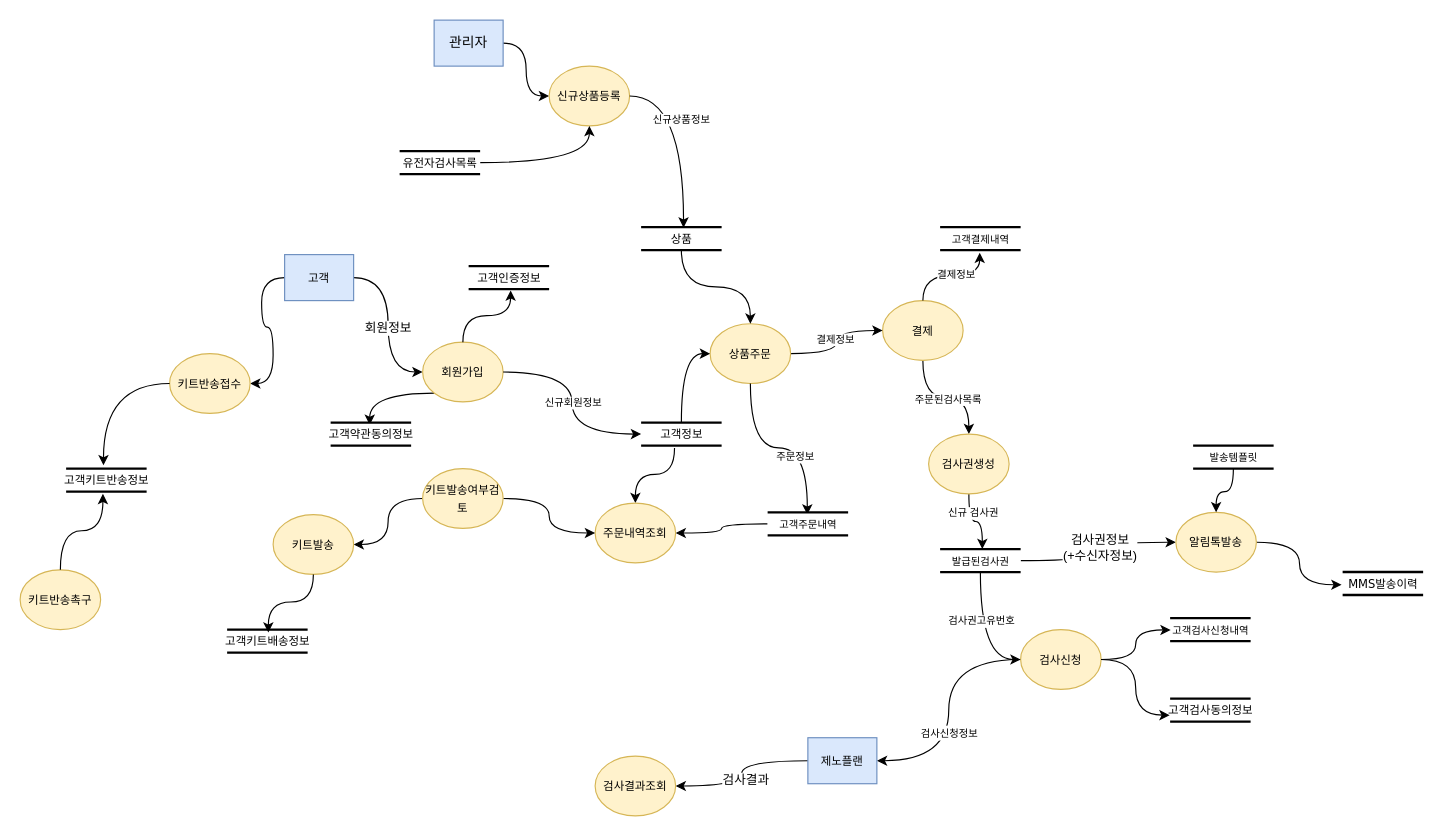
Earlier version of the draw.io diagram DFD_제노플랜.drawio (k3srpn/Architecture). Source tidied: cells renumbered, new cells numbered last; positions are measured from the earlier drawing's top-left corner, leaving out a move shared by most shapes. Both pictures are drawn from the tidied source at 115%, with x=0, y=0 at pixel (20, 20).
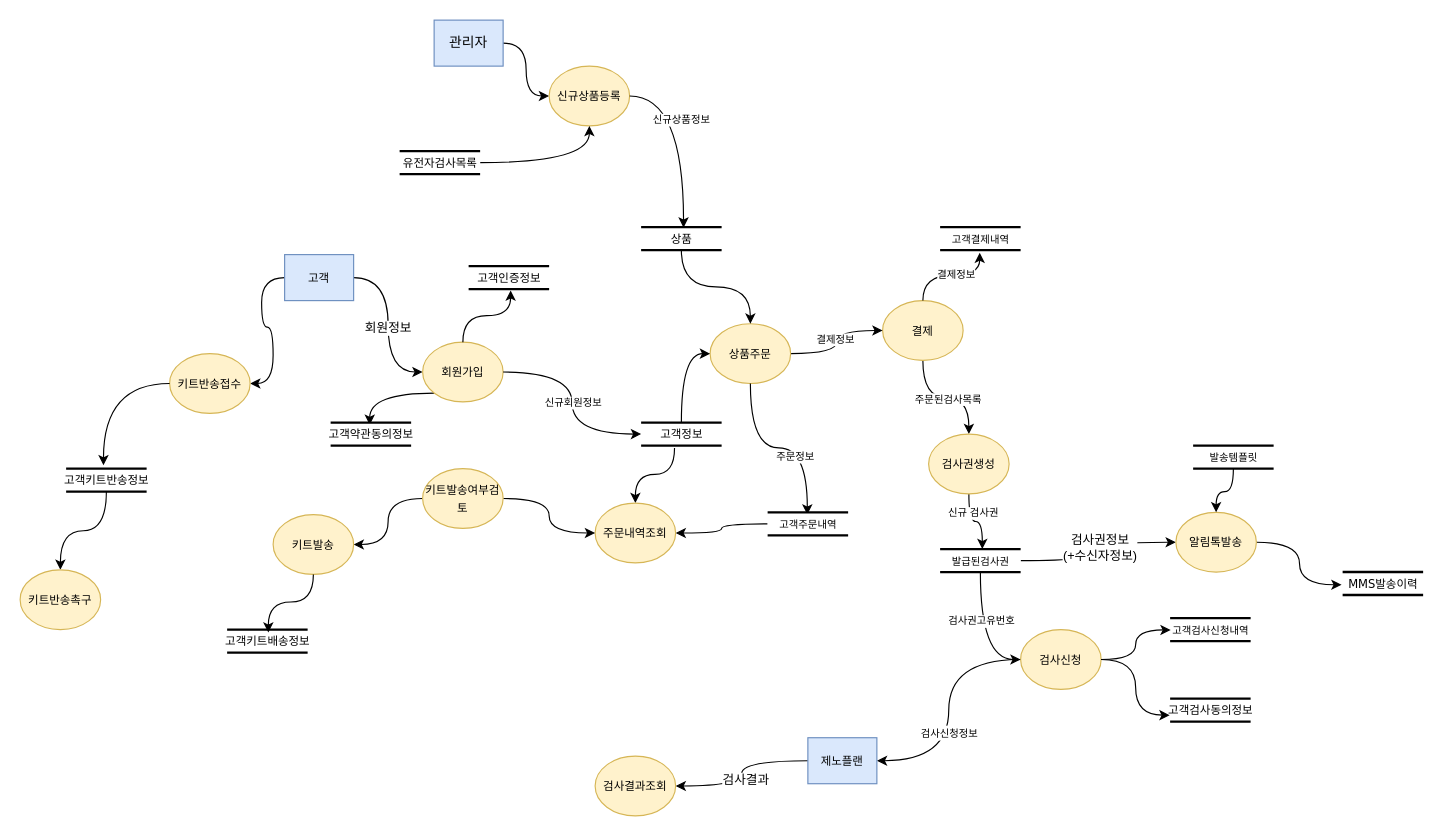
After the change.

Commit message:
키트반송촉구 화살표 방향 수정

The change refers to these unchanged cells:
```xml
<mxCell id="69" value="&lt;font size=&quot;1&quot;&gt;고객키트반송정보&lt;/font&gt;" style="html=1;rounded=0;shadow=0;comic=0;labelBackgroundColor=none;strokeWidth=2;fontFamily=Verdana;fontSize=12;align=center;shape=mxgraph.ios7ui.horLines;" parent="1" vertex="1">
  <mxGeometry x="40" y="390" width="70" height="20" as="geometry" />
</mxCell>
<mxCell id="72" value="&lt;span style=&quot;font-size: 10px;&quot;&gt;키트반송촉구&lt;/span&gt;" style="ellipse;whiteSpace=wrap;html=1;rounded=1;shadow=0;comic=0;labelBackgroundColor=none;strokeWidth=1;fontFamily=Verdana;fontSize=12;align=center;fillColor=#fff2cc;strokeColor=#d6b656;" parent="1" vertex="1">
  <mxGeometry y="478" width="70" height="52" as="geometry" />
</mxCell>
```

The edit, as a diff of the source:
```diff
@@
+    <mxCell id="74" style="edgeStyle=orthogonalEdgeStyle;rounded=0;jettySize=auto;html=1;curved=1;" parent="1" edge="1" source="69" target="72">
+      <mxGeometry relative="1" as="geometry" />
+    </mxCell>
@@
-    <mxCell id="73" style="edgeStyle=orthogonalEdgeStyle;rounded=0;jettySize=auto;html=1;entryX=0.457;entryY=1.096;entryDx=0;entryDy=0;entryPerimeter=0;curved=1;" parent="1" edge="1" source="72" target="69">
-      <mxGeometry relative="1" as="geometry" />
-    </mxCell>
```
